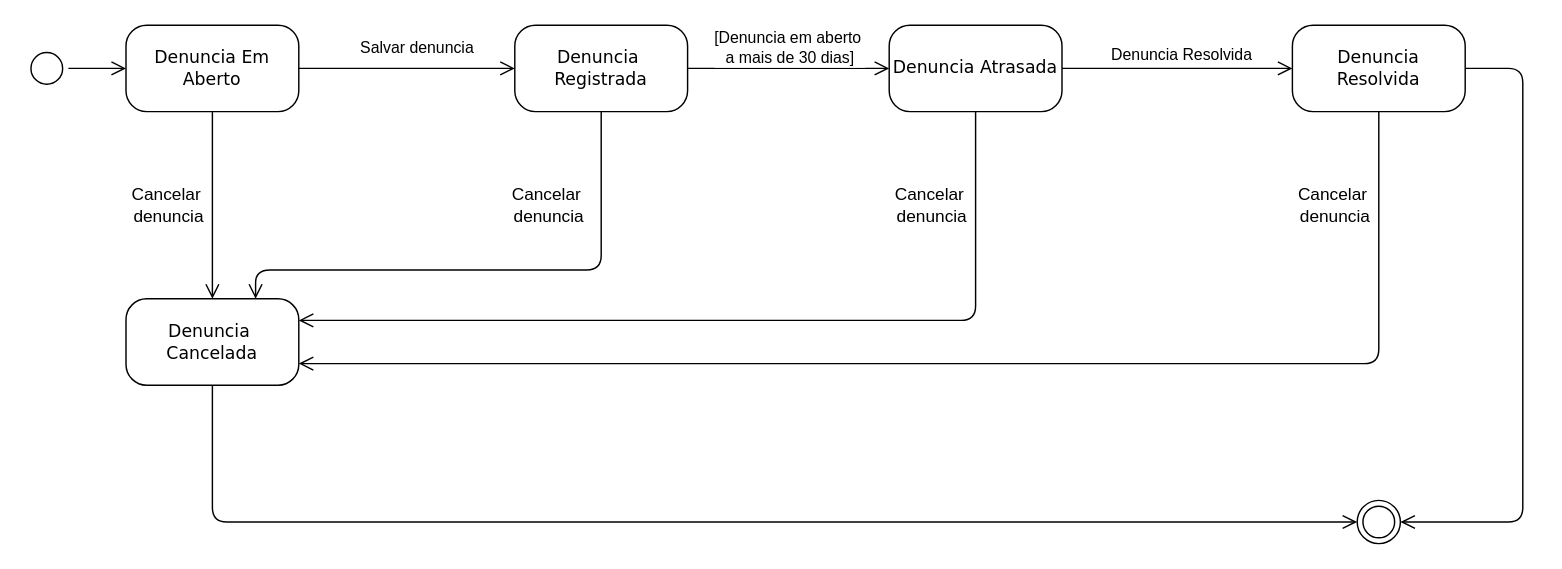
The draw.io diagram Documentação/Diagramas/Diagrama de Estado.drawio in frsouzaa/Documentacao-TCC-NossaVia, before the edit. Source tidied: cells renumbered, new cells numbered last; positions are measured from the earlier drawing's top-left corner, leaving out a move shared by most shapes. Both pictures are drawn from the tidied source at 144%, with x=0, y=0 at pixel (24, 24).
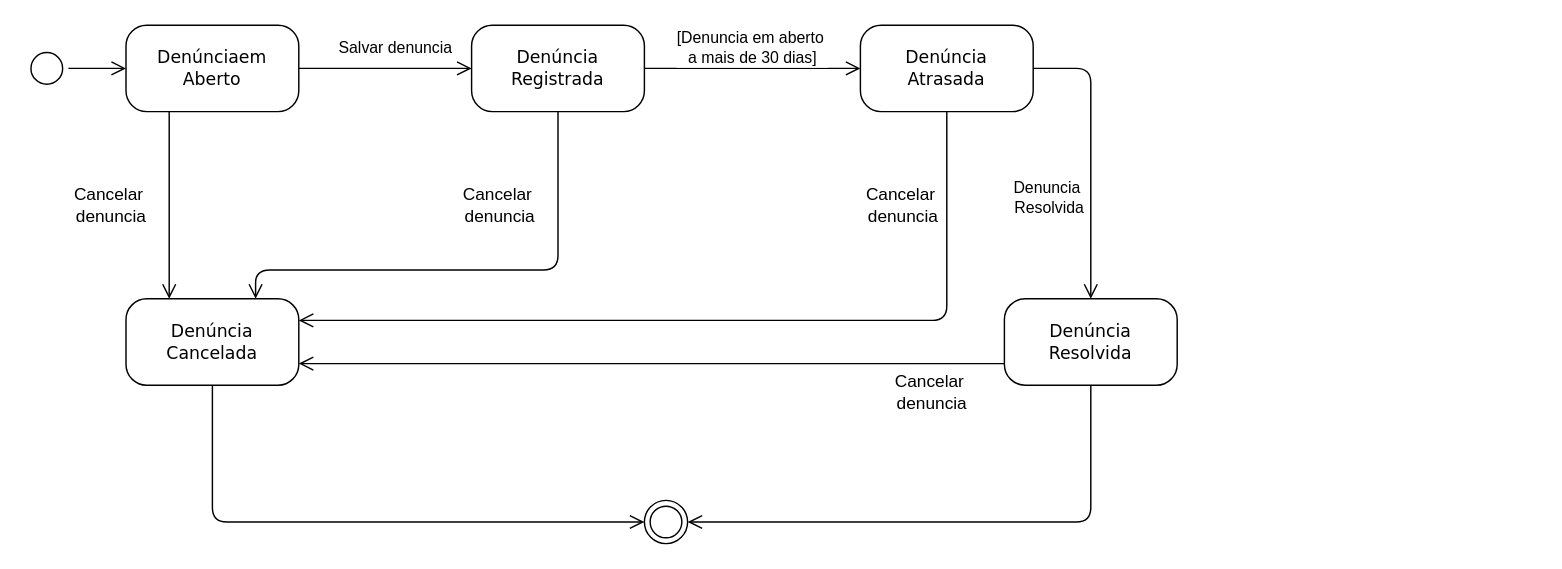
Above is the later version.

Commit message:
Atualiza acentuação

Change to the diagram source:
```diff
@@
-    <mxCell id="3" value="Denuncia&amp;nbsp; Cancelada" style="rounded=1;whiteSpace=wrap;html=1;arcSize=24;fillColor=none;strokeColor=#000000;shadow=0;comic=0;labelBackgroundColor=none;fontFamily=Verdana;fontSize=12;fontColor=#000000;align=center;" parent="1" vertex="1">
+    <mxCell id="3" value="Denúncia&lt;div&gt;Cancelada&lt;/div&gt;" style="rounded=1;whiteSpace=wrap;html=1;arcSize=24;fillColor=none;strokeColor=#000000;shadow=0;comic=0;labelBackgroundColor=none;fontFamily=Verdana;fontSize=12;fontColor=#000000;align=center;" parent="1" vertex="1">
       <mxGeometry x="70" y="190" width="120" height="60" as="geometry" />
     </mxCell>
-    <mxCell id="4" value="Denuncia Em Aberto" style="rounded=1;whiteSpace=wrap;html=1;arcSize=24;fillColor=none;strokeColor=#000000;shadow=0;comic=0;labelBackgroundColor=none;fontFamily=Verdana;fontSize=12;fontColor=#000000;align=center;" parent="1" vertex="1">
+    <mxCell id="4" value="Denúnciaem Aberto" style="rounded=1;whiteSpace=wrap;html=1;arcSize=24;fillColor=none;strokeColor=#000000;shadow=0;comic=0;labelBackgroundColor=none;fontFamily=Verdana;fontSize=12;fontColor=#000000;align=center;" parent="1" vertex="1">
       <mxGeometry x="70" width="120" height="60" as="geometry" />
     </mxCell>
@@
-    <mxCell id="7" value="Denuncia&amp;nbsp; Registrada" style="rounded=1;whiteSpace=wrap;html=1;arcSize=24;fillColor=none;strokeColor=#000000;shadow=0;comic=0;labelBackgroundColor=none;fontFamily=Verdana;fontSize=12;fontColor=#000000;align=center;" parent="1" vertex="1">
-      <mxGeometry x="340" width="120" height="60" as="geometry" />
+    <mxCell id="7" value="Denúncia&lt;div&gt;Registrada&lt;/div&gt;" style="rounded=1;whiteSpace=wrap;html=1;arcSize=24;fillColor=none;strokeColor=#000000;shadow=0;comic=0;labelBackgroundColor=none;fontFamily=Verdana;fontSize=12;fontColor=#000000;align=center;" parent="1" vertex="1">
+      <mxGeometry x="310" width="120" height="60" as="geometry" />
     </mxCell>
-    <mxCell id="8" style="edgeStyle=elbowEdgeStyle;html=1;exitX=1;exitY=0.5;entryX=0;entryY=0.5;labelBackgroundColor=none;endArrow=open;endSize=8;strokeColor=#000000;fontFamily=Verdana;fontSize=12;align=left;fillColor=none;exitDx=0;exitDy=0;entryDx=0;entryDy=0;elbow=horizontal;" parent="1" edge="1" source="10" target="11">
+    <mxCell id="8" style="edgeStyle=elbowEdgeStyle;html=1;exitX=1;exitY=0.5;entryX=0.5;entryY=0;labelBackgroundColor=none;endArrow=open;endSize=8;strokeColor=#000000;fontFamily=Verdana;fontSize=12;align=left;fillColor=none;exitDx=0;exitDy=0;entryDx=0;entryDy=0;elbow=horizontal;" parent="1" edge="1" source="10" target="11">
       <mxGeometry relative="1" as="geometry">
         <Array as="points">
-          <mxPoint x="770" y="20" />
+          <mxPoint x="740" y="110" />
         </Array>
       </mxGeometry>
     </mxCell>
-    <mxCell id="9" value="Denuncia Resolvida" style="edgeLabel;html=1;align=center;verticalAlign=middle;" parent="8" vertex="1">
+    <mxCell id="9" value="Denuncia&amp;nbsp;&lt;div&gt;Resolvida&lt;/div&gt;" style="edgeLabel;html=1;align=center;verticalAlign=middle;" parent="8" vertex="1">
       <mxGeometry x="-0.24" relative="1" as="geometry">
-        <mxPoint x="21" y="-10" as="offset" />
+        <mxPoint x="-30" y="53" as="offset" />
       </mxGeometry>
     </mxCell>
-    <mxCell id="10" value="Denuncia Atrasada" style="rounded=1;whiteSpace=wrap;html=1;arcSize=24;fillColor=none;strokeColor=#000000;shadow=0;comic=0;labelBackgroundColor=none;fontFamily=Verdana;fontSize=12;fontColor=#000000;align=center;" parent="1" vertex="1">
-      <mxGeometry x="600" width="120" height="60" as="geometry" />
+    <mxCell id="10" value="&lt;div&gt;Denúncia&lt;/div&gt;&lt;div&gt;Atrasada&lt;/div&gt;" style="rounded=1;whiteSpace=wrap;html=1;arcSize=24;fillColor=none;strokeColor=#000000;shadow=0;comic=0;labelBackgroundColor=none;fontFamily=Verdana;fontSize=12;fontColor=#000000;align=center;" parent="1" vertex="1">
+      <mxGeometry x="580" width="120" height="60" as="geometry" />
     </mxCell>
-    <mxCell id="11" value="Denuncia&lt;div&gt;Resolvida&lt;/div&gt;" style="rounded=1;whiteSpace=wrap;html=1;arcSize=24;fillColor=none;strokeColor=#000000;shadow=0;comic=0;labelBackgroundColor=none;fontFamily=Verdana;fontSize=12;fontColor=#000000;align=center;" parent="1" vertex="1">
-      <mxGeometry x="880" width="120" height="60" as="geometry" />
+    <mxCell id="11" value="&lt;div&gt;Denúncia&lt;/div&gt;&lt;div&gt;Resolvida&lt;/div&gt;" style="rounded=1;whiteSpace=wrap;html=1;arcSize=24;fillColor=none;strokeColor=#000000;shadow=0;comic=0;labelBackgroundColor=none;fontFamily=Verdana;fontSize=12;fontColor=#000000;align=center;" parent="1" vertex="1">
+      <mxGeometry x="680" y="190" width="120" height="60" as="geometry" />
     </mxCell>
@@
     <mxCell id="15" style="edgeStyle=orthogonalEdgeStyle;html=1;entryX=0.75;entryY=0;labelBackgroundColor=none;endArrow=open;endSize=8;strokeColor=#000000;fontFamily=Verdana;fontSize=12;align=left;exitX=0.5;exitY=1;fillColor=none;" parent="1" edge="1" source="7" target="3">
       <mxGeometry relative="1" as="geometry">
         <Array as="points">
           <mxPoint x="370" y="170" />
-          <mxPoint x="200" y="170" />
+          <mxPoint x="160" y="170" />
         </Array>
       </mxGeometry>
     </mxCell>
-    <mxCell id="16" style="edgeStyle=orthogonalEdgeStyle;html=1;entryX=0.5;entryY=0;labelBackgroundColor=none;endArrow=open;endSize=8;strokeColor=#000000;fontFamily=Verdana;fontSize=12;align=left;exitX=0.5;exitY=1;fillColor=none;entryDx=0;entryDy=0;exitDx=0;exitDy=0;" parent="1" edge="1" source="4" target="3">
+    <mxCell id="16" style="edgeStyle=orthogonalEdgeStyle;html=1;labelBackgroundColor=none;endArrow=open;endSize=8;strokeColor=#000000;fontFamily=Verdana;fontSize=12;align=left;exitX=0.25;exitY=1;fillColor=none;exitDx=0;exitDy=0;" parent="1" edge="1" source="4">
       <mxGeometry relative="1" as="geometry">
-        <Array as="points">
-          <mxPoint x="130" y="100" />
-          <mxPoint x="130" y="100" />
-        </Array>
+        <mxPoint x="100" y="190" as="targetPoint" />
       </mxGeometry>
     </mxCell>
     <mxCell id="17" style="edgeStyle=orthogonalEdgeStyle;html=1;entryX=1;entryY=0.25;labelBackgroundColor=none;endArrow=open;endSize=8;strokeColor=#000000;fontFamily=Verdana;fontSize=12;align=left;exitX=0.5;exitY=1;fillColor=none;exitDx=0;exitDy=0;entryDx=0;entryDy=0;" parent="1" edge="1" source="10" target="3">
       <mxGeometry relative="1" as="geometry">
         <Array as="points">
-          <mxPoint x="660" y="205" />
+          <mxPoint x="640" y="205" />
         </Array>
       </mxGeometry>
     </mxCell>
-    <mxCell id="18" style="edgeStyle=orthogonalEdgeStyle;html=1;entryX=1;entryY=0.75;labelBackgroundColor=none;endArrow=open;endSize=8;strokeColor=#000000;fontFamily=Verdana;fontSize=12;align=left;exitX=0.5;exitY=1;fillColor=none;exitDx=0;exitDy=0;entryDx=0;entryDy=0;" parent="1" edge="1" source="11" target="3">
+    <mxCell id="18" style="edgeStyle=orthogonalEdgeStyle;html=1;entryX=1;entryY=0.75;labelBackgroundColor=none;endArrow=open;endSize=8;strokeColor=#000000;fontFamily=Verdana;fontSize=12;align=left;exitX=0;exitY=0.75;fillColor=none;exitDx=0;exitDy=0;entryDx=0;entryDy=0;" parent="1" edge="1" source="11" target="3">
       <mxGeometry relative="1" as="geometry">
         <Array as="points">
-          <mxPoint x="940" y="235" />
+          <mxPoint x="550" y="235" />
+          <mxPoint x="550" y="235" />
         </Array>
       </mxGeometry>
     </mxCell>
@@
-    <mxCell id="20" style="edgeStyle=elbowEdgeStyle;html=1;exitX=1;exitY=0.5;entryX=1;entryY=0.5;labelBackgroundColor=none;endArrow=open;endSize=8;strokeColor=#000000;fontFamily=Verdana;fontSize=12;align=left;fillColor=none;exitDx=0;exitDy=0;entryDx=0;entryDy=0;elbow=horizontal;" parent="1" edge="1" source="11" target="25">
+    <mxCell id="20" style="edgeStyle=elbowEdgeStyle;html=1;exitX=0.5;exitY=1;entryX=1;entryY=0.5;labelBackgroundColor=none;endArrow=open;endSize=8;strokeColor=#000000;fontFamily=Verdana;fontSize=12;align=left;fillColor=none;exitDx=0;exitDy=0;entryDx=0;entryDy=0;elbow=horizontal;" parent="1" edge="1" source="11" target="25">
       <mxGeometry relative="1" as="geometry">
         <Array as="points">
-          <mxPoint x="1040" y="40" />
+          <mxPoint x="740" y="300" />
           <mxPoint x="690" y="310" />
         </Array>
       </mxGeometry>
     </mxCell>
     <mxCell id="21" value="Cancelar&amp;nbsp;&lt;div&gt;denuncia&lt;/div&gt;" style="text;html=1;align=center;verticalAlign=middle;whiteSpace=wrap;rounded=0;" parent="1" vertex="1">
-      <mxGeometry x="70" y="110" width="60" height="30" as="geometry" />
+      <mxGeometry x="30" y="110" width="60" height="30" as="geometry" />
     </mxCell>
     <mxCell id="22" value="Cancelar&amp;nbsp;&lt;div&gt;denuncia&lt;/div&gt;" style="text;html=1;align=center;verticalAlign=middle;whiteSpace=wrap;rounded=0;" parent="1" vertex="1">
-      <mxGeometry x="334" y="110" width="60" height="30" as="geometry" />
+      <mxGeometry x="300" y="110" width="60" height="30" as="geometry" />
     </mxCell>
     <mxCell id="23" value="Cancelar&amp;nbsp;&lt;div&gt;denuncia&lt;/div&gt;" style="text;html=1;align=center;verticalAlign=middle;whiteSpace=wrap;rounded=0;" parent="1" vertex="1">
-      <mxGeometry x="600" y="110" width="60" height="30" as="geometry" />
+      <mxGeometry x="580" y="110" width="60" height="30" as="geometry" />
     </mxCell>
     <mxCell id="24" value="Cancelar&amp;nbsp;&lt;div&gt;denuncia&lt;/div&gt;" style="text;html=1;align=center;verticalAlign=middle;whiteSpace=wrap;rounded=0;" parent="1" vertex="1">
-      <mxGeometry x="880" y="110" width="60" height="30" as="geometry" />
+      <mxGeometry x="600" y="240" width="60" height="30" as="geometry" />
     </mxCell>
     <mxCell id="25" style="ellipse;html=1;shape=endState;fillColor=#FFFFFF;strokeColor=#000000;" parent="1" vertex="1">
-      <mxGeometry x="925" y="330" width="30" height="30" as="geometry" />
+      <mxGeometry x="430" y="330" width="30" height="30" as="geometry" />
     </mxCell>
```
